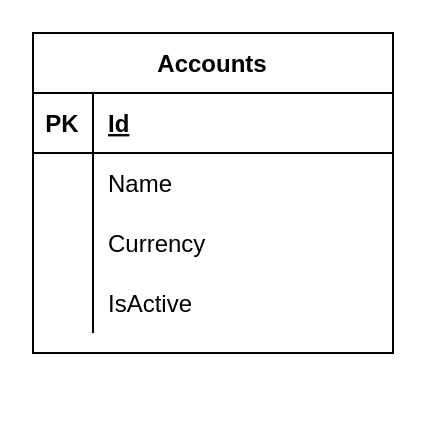
Earlier version of the draw.io diagram api/docs/database/database.drawio (My-Financial-Hub/core-api). Source tidied: cells renumbered, new cells numbered last; positions are measured from the earlier drawing's top-left corner, leaving out a move shared by most shapes. Both pictures are drawn from the tidied source at 200%, with x=0, y=0 at pixel (32, 32).
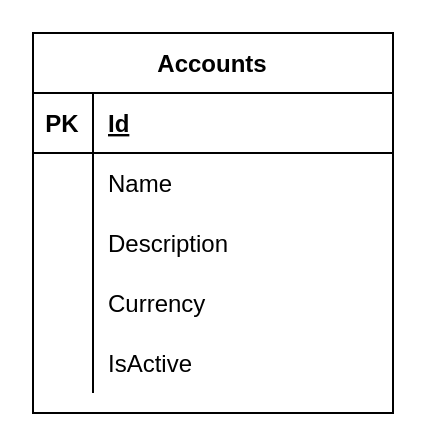
The same diagram, later.

The edit, as a diff of the source:
```diff
@@
 <mxGraphModel>
   <root>
     <mxCell id="0" />
     <mxCell id="1" parent="0" />
     <mxCell id="2" value="Accounts" style="shape=table;startSize=30;childLayout=tableLayout;rowLines=0;fontStyle=1;align=center;" parent="1" vertex="1">
-      <mxGeometry width="180" height="160" as="geometry" />
+      <mxGeometry width="180" height="190" as="geometry" />
     </mxCell>
     <mxCell id="3" style="shape=partialRectangle;fillColor=none;top=0;left=0;bottom=1;right=0;" parent="2" vertex="1">
       <mxGeometry y="30" width="180" height="30" as="geometry" />
     </mxCell>
     <mxCell id="4" value="PK" style="shape=partialRectangle;fillColor=none;top=0;left=0;bottom=0;right=0;fontStyle=1;overflow=hidden;" parent="3" vertex="1">
       <mxGeometry width="30" height="30" as="geometry" />
     </mxCell>
     <mxCell id="5" value="Id" style="shape=partialRectangle;fillColor=none;top=0;left=0;bottom=0;right=0;align=left;spacingLeft=6;fontStyle=5;overflow=hidden;" parent="3" vertex="1">
       <mxGeometry x="30" width="150" height="30" as="geometry" />
     </mxCell>
     <mxCell id="6" style="shape=partialRectangle;fillColor=none;top=0;left=0;bottom=0;right=0;" parent="2" vertex="1">
       <mxGeometry y="60" width="180" height="30" as="geometry" />
     </mxCell>
     <mxCell id="7" style="shape=partialRectangle;fillColor=none;top=0;left=0;bottom=0;right=0;overflow=hidden;" parent="6" vertex="1">
       <mxGeometry width="30" height="30" as="geometry" />
     </mxCell>
     <mxCell id="8" value="Name" style="shape=partialRectangle;fillColor=none;top=0;left=0;bottom=0;right=0;align=left;spacingLeft=6;overflow=hidden;" parent="6" vertex="1">
       <mxGeometry x="30" width="150" height="30" as="geometry" />
     </mxCell>
+    <mxCell id="15" style="shape=partialRectangle;fillColor=none;top=0;left=0;bottom=0;right=0;" parent="2" vertex="1">
+      <mxGeometry y="90" width="180" height="30" as="geometry" />
+    </mxCell>
+    <mxCell id="16" style="shape=partialRectangle;fillColor=none;top=0;left=0;bottom=0;right=0;overflow=hidden;" parent="15" vertex="1">
+      <mxGeometry width="30" height="30" as="geometry" />
+    </mxCell>
+    <mxCell id="17" value="Description" style="shape=partialRectangle;fillColor=none;top=0;left=0;bottom=0;right=0;align=left;spacingLeft=6;overflow=hidden;" parent="15" vertex="1">
+      <mxGeometry x="30" width="150" height="30" as="geometry" />
+    </mxCell>
     <mxCell id="9" style="shape=partialRectangle;fillColor=none;top=0;left=0;bottom=0;right=0;" parent="2" vertex="1">
-      <mxGeometry y="90" width="180" height="30" as="geometry" />
+      <mxGeometry y="120" width="180" height="30" as="geometry" />
     </mxCell>
     <mxCell id="10" style="shape=partialRectangle;fillColor=none;top=0;left=0;bottom=0;right=0;overflow=hidden;" parent="9" vertex="1">
       <mxGeometry width="30" height="30" as="geometry" />
     </mxCell>
     <mxCell id="11" value="Currency" style="shape=partialRectangle;fillColor=none;top=0;left=0;bottom=0;right=0;align=left;spacingLeft=6;overflow=hidden;" parent="9" vertex="1">
       <mxGeometry x="30" width="150" height="30" as="geometry" />
     </mxCell>
     <mxCell id="12" style="shape=partialRectangle;fillColor=none;top=0;left=0;bottom=0;right=0;" parent="2" vertex="1">
-      <mxGeometry y="120" width="180" height="30" as="geometry" />
+      <mxGeometry y="150" width="180" height="30" as="geometry" />
     </mxCell>
     <mxCell id="13" style="shape=partialRectangle;fillColor=none;top=0;left=0;bottom=0;right=0;overflow=hidden;" parent="12" vertex="1">
       <mxGeometry width="30" height="30" as="geometry" />
     </mxCell>
     <mxCell id="14" value="IsActive" style="shape=partialRectangle;fillColor=none;top=0;left=0;bottom=0;right=0;align=left;spacingLeft=6;overflow=hidden;" parent="12" vertex="1">
       <mxGeometry x="30" width="150" height="30" as="geometry" />
     </mxCell>
   </root>
 </mxGraphModel>
```
